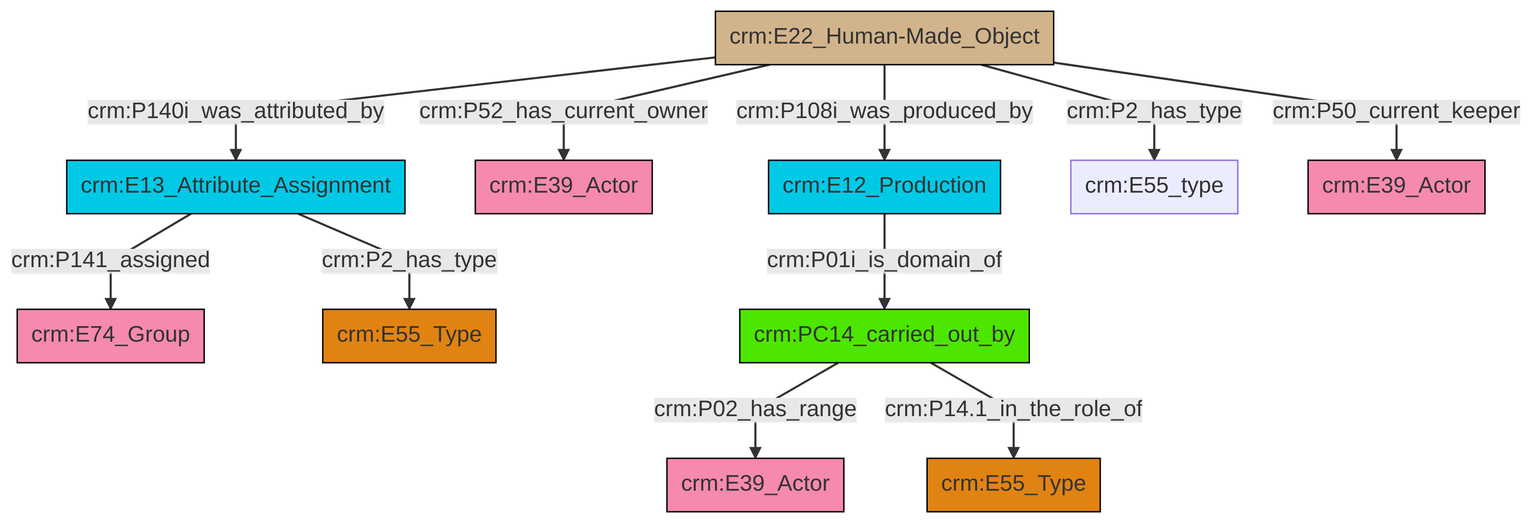
This is et/artworkCSV/ttl/mmd/png/Artwork_Actor_Relations.png from swiss-art-research-net/reference-data-models, a Mermaid export, as it was before one commit. Its source is kept beside it as et/artworkCSV/ttl/mmd/Artwork_Actor_Relations.ttl.mmd. The source it was exported from:
```mermaid
graph TD
classDef Literal fill:#f2f2f2,stroke:#000000;
classDef CRM_Entity fill:#FFFFFF,stroke:#000000;
classDef Temporal_Entity fill:#00C9E6, stroke:#000000;
classDef Type fill:#E18312, stroke:#000000;
classDef Time-Span fill:#2C9C91, stroke:#000000;
classDef Appellation fill:#FFEB7F, stroke:#000000;
classDef Place fill:#008836, stroke:#000000;
classDef Persistent_Item fill:#B266B2, stroke:#000000;
classDef Conceptual_Object fill:#FFD700, stroke:#000000;
classDef Physical_Thing fill:#D2B48C, stroke:#000000;
classDef Actor fill:#f58aad, stroke:#000000;
classDef PC_Classes fill:#4ce600, stroke:#000000;
classDef Multi fill:#cccccc,stroke:#000000;

6["crm:E22_Human-Made_Object"]:::Physical_Thing -->|crm:P108i_was_produced_by| 7["crm:E12_Production"]:::Temporal_Entity
6["crm:E22_Human-Made_Object"]:::Physical_Thing -->|crm:P52_has_current_owner| 8["crm:E39_Actor"]:::Actor
9["crm:E13_Attribute_Assignment"]:::Temporal_Entity -->|crm:P141_assigned| 2["crm:E74_Group"]:::Actor
6["crm:E22_Human-Made_Object"]:::Physical_Thing -->|crm:P140i_was_attributed_by| 9["crm:E13_Attribute_Assignment"]:::Temporal_Entity
6["crm:E22_Human-Made_Object"]:::Physical_Thing -->|crm:P2_has_type| 11["crm:E55_type"]:::Default
6["crm:E22_Human-Made_Object"]:::Physical_Thing -->|crm:P50_current_keeper| 12["crm:E39_Actor"]:::Actor
15["crm:PC14_carried_out_by"]:::PC_Classes -->|crm:P02_has_range| 0["crm:E39_Actor"]:::Actor
9["crm:E13_Attribute_Assignment"]:::Temporal_Entity -->|crm:P2_has_type| 4["crm:E55_Type"]:::Type
15["crm:PC14_carried_out_by"]:::PC_Classes -->|crm:P14.1_in_the_role_of| 16["crm:E55_Type"]:::Type
7["crm:E12_Production"]:::Temporal_Entity -->|crm:P01i_is_domain_of| 15["crm:PC14_carried_out_by"]:::PC_Classes
```
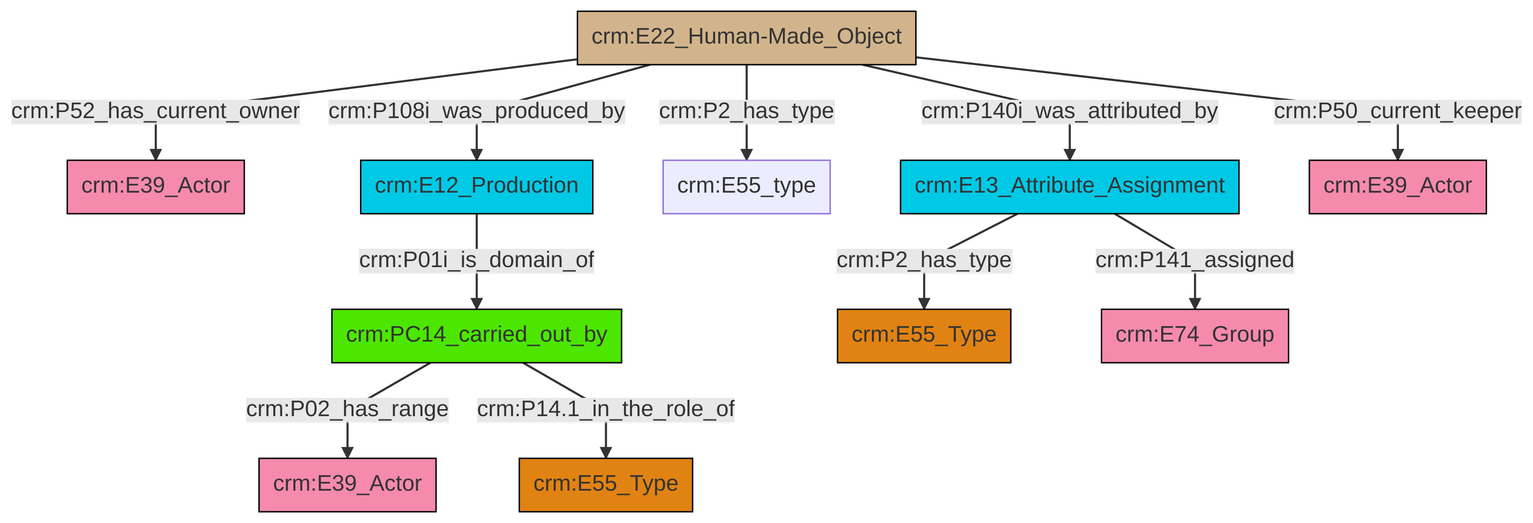
After the change.

Change to the diagram source:
```diff
@@ -13,13 +13,13 @@
 classDef PC_Classes fill:#4ce600, stroke:#000000;
 classDef Multi fill:#cccccc,stroke:#000000;
 
-6["crm:E22_Human-Made_Object"]:::Physical_Thing -->|crm:P108i_was_produced_by| 7["crm:E12_Production"]:::Temporal_Entity
-6["crm:E22_Human-Made_Object"]:::Physical_Thing -->|crm:P52_has_current_owner| 8["crm:E39_Actor"]:::Actor
-9["crm:E13_Attribute_Assignment"]:::Temporal_Entity -->|crm:P141_assigned| 2["crm:E74_Group"]:::Actor
-6["crm:E22_Human-Made_Object"]:::Physical_Thing -->|crm:P140i_was_attributed_by| 9["crm:E13_Attribute_Assignment"]:::Temporal_Entity
-6["crm:E22_Human-Made_Object"]:::Physical_Thing -->|crm:P2_has_type| 11["crm:E55_type"]:::Default
-6["crm:E22_Human-Made_Object"]:::Physical_Thing -->|crm:P50_current_keeper| 12["crm:E39_Actor"]:::Actor
-15["crm:PC14_carried_out_by"]:::PC_Classes -->|crm:P02_has_range| 0["crm:E39_Actor"]:::Actor
-9["crm:E13_Attribute_Assignment"]:::Temporal_Entity -->|crm:P2_has_type| 4["crm:E55_Type"]:::Type
-15["crm:PC14_carried_out_by"]:::PC_Classes -->|crm:P14.1_in_the_role_of| 16["crm:E55_Type"]:::Type
-7["crm:E12_Production"]:::Temporal_Entity -->|crm:P01i_is_domain_of| 15["crm:PC14_carried_out_by"]:::PC_Classes
+10["crm:E22_Human-Made_Object"]:::Physical_Thing -->|crm:P2_has_type| 11["crm:E55_type"]:::Default
+12["crm:E13_Attribute_Assignment"]:::Temporal_Entity -->|crm:P141_assigned| 13["crm:E74_Group"]:::Actor
+4["crm:PC14_carried_out_by"]:::PC_Classes -->|crm:P02_has_range| 0["crm:E39_Actor"]:::Actor
+10["crm:E22_Human-Made_Object"]:::Physical_Thing -->|crm:P50_current_keeper| 14["crm:E39_Actor"]:::Actor
+10["crm:E22_Human-Made_Object"]:::Physical_Thing -->|crm:P108i_was_produced_by| 8["crm:E12_Production"]:::Temporal_Entity
+8["crm:E12_Production"]:::Temporal_Entity -->|crm:P01i_is_domain_of| 4["crm:PC14_carried_out_by"]:::PC_Classes
+10["crm:E22_Human-Made_Object"]:::Physical_Thing -->|crm:P52_has_current_owner| 2["crm:E39_Actor"]:::Actor
+12["crm:E13_Attribute_Assignment"]:::Temporal_Entity -->|crm:P2_has_type| 6["crm:E55_Type"]:::Type
+4["crm:PC14_carried_out_by"]:::PC_Classes -->|crm:P14.1_in_the_role_of| 19["crm:E55_Type"]:::Type
+10["crm:E22_Human-Made_Object"]:::Physical_Thing -->|crm:P140i_was_attributed_by| 12["crm:E13_Attribute_Assignment"]:::Temporal_Entity
```
